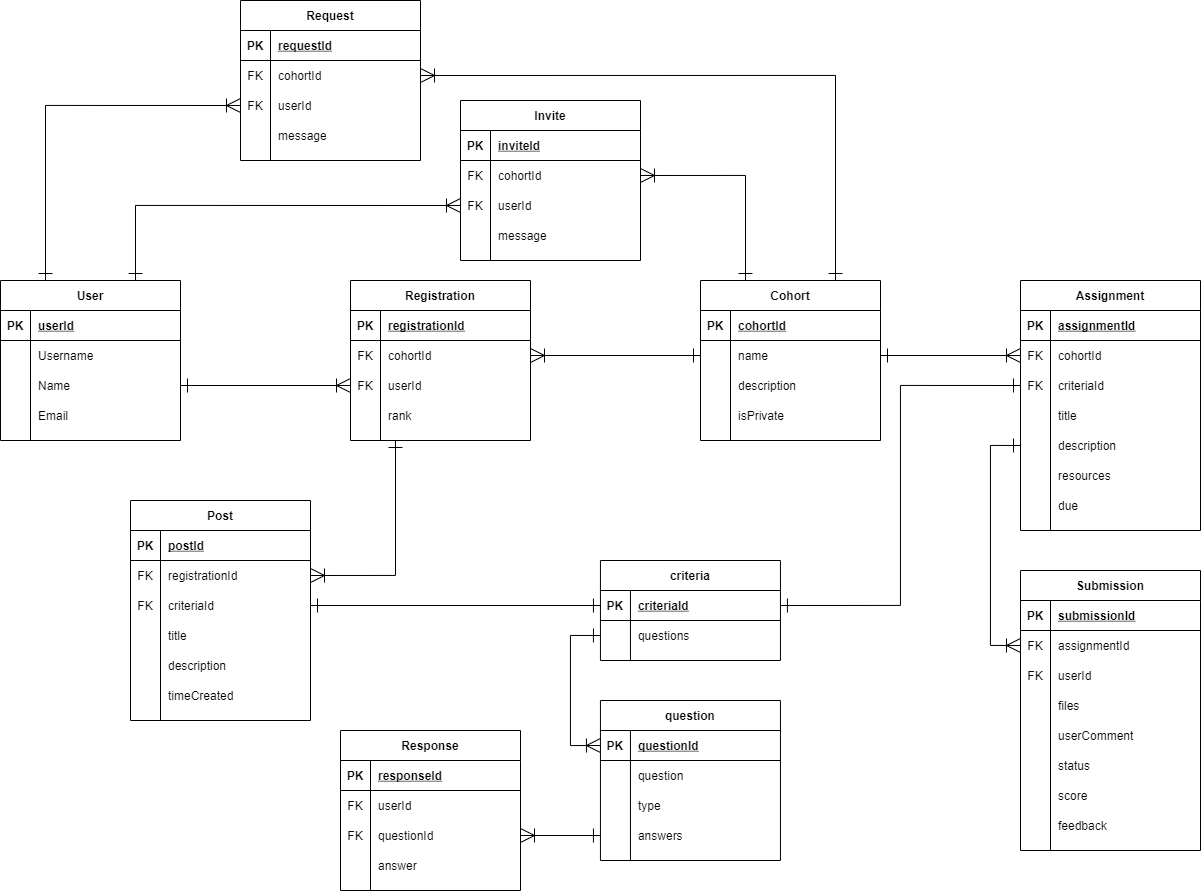
Above: docs/images/DB_v2.png in UP940148/peer-review-system (draw.io), before the change. Source tidied: cells renumbered, new cells last; positions are measured from the earlier drawing's top-left corner, leaving out a move shared by most shapes.
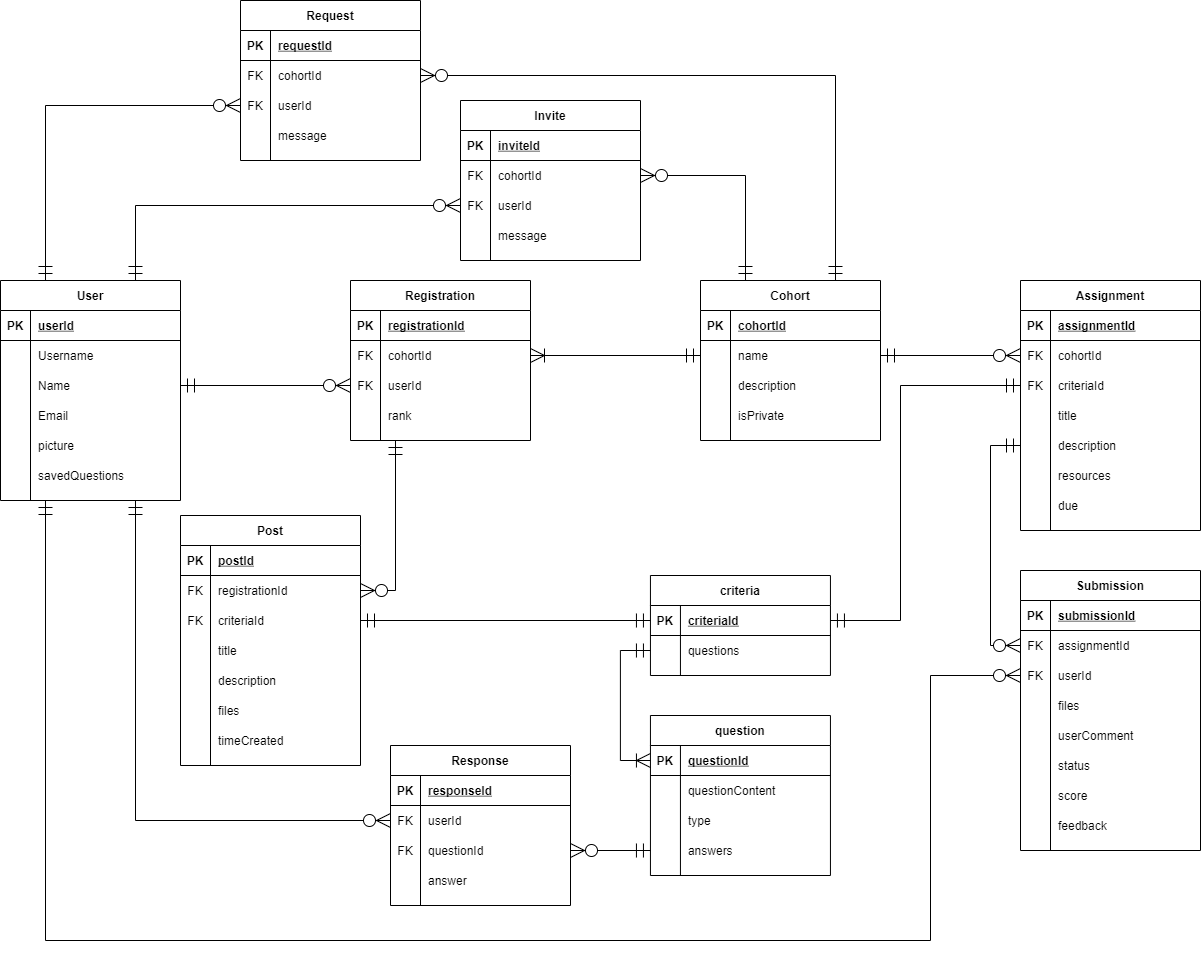
Above is the later version.

Diff of the diagram source:
```diff
@@ -3,7 +3,7 @@
     <mxCell id="0" />
     <mxCell id="1" parent="0" />
     <mxCell id="2" value="User" style="shape=table;startSize=30;rowLines=0;fontStyle=1;align=center;" parent="1" vertex="1">
-      <mxGeometry y="280" width="180" height="160" as="geometry" />
+      <mxGeometry y="280" width="180" height="220" as="geometry" />
     </mxCell>
     <mxCell id="3" style="shape=partialRectangle;fillColor=none;top=0;left=0;bottom=1;right=0;" parent="2" vertex="1">
       <mxGeometry y="30" width="180" height="30" as="geometry" />
@@ -41,6 +41,24 @@
     <mxCell id="14" value="Email" style="shape=partialRectangle;fillColor=none;top=0;left=0;bottom=0;right=0;align=left;spacingLeft=6;overflow=hidden;" parent="12" vertex="1">
       <mxGeometry x="30" width="150" height="30" as="geometry" />
     </mxCell>
+    <mxCell id="179" style="shape=partialRectangle;fillColor=none;top=0;left=0;bottom=0;right=0;" parent="2" vertex="1">
+      <mxGeometry y="150" width="180" height="30" as="geometry" />
+    </mxCell>
+    <mxCell id="180" style="shape=partialRectangle;fillColor=none;top=0;left=0;bottom=0;right=0;overflow=hidden;" parent="179" vertex="1">
+      <mxGeometry width="30" height="30" as="geometry" />
+    </mxCell>
+    <mxCell id="181" value="picture" style="shape=partialRectangle;fillColor=none;top=0;left=0;bottom=0;right=0;align=left;spacingLeft=6;overflow=hidden;" parent="179" vertex="1">
+      <mxGeometry x="30" width="150" height="30" as="geometry" />
+    </mxCell>
+    <mxCell id="182" style="shape=partialRectangle;fillColor=none;top=0;left=0;bottom=0;right=0;" parent="2" vertex="1">
+      <mxGeometry y="180" width="180" height="30" as="geometry" />
+    </mxCell>
+    <mxCell id="183" style="shape=partialRectangle;fillColor=none;top=0;left=0;bottom=0;right=0;overflow=hidden;" parent="182" vertex="1">
+      <mxGeometry width="30" height="30" as="geometry" />
+    </mxCell>
+    <mxCell id="184" value="savedQuestions" style="shape=partialRectangle;fillColor=none;top=0;left=0;bottom=0;right=0;align=left;spacingLeft=6;overflow=hidden;" parent="182" vertex="1">
+      <mxGeometry x="30" width="150" height="30" as="geometry" />
+    </mxCell>
     <mxCell id="15" value="Cohort" style="shape=table;startSize=30;rowLines=0;fontStyle=1;align=center;" parent="1" vertex="1">
       <mxGeometry x="700" y="280" width="180" height="160" as="geometry" />
     </mxCell>
@@ -81,7 +99,7 @@
       <mxGeometry x="30" width="150" height="30" as="geometry" />
     </mxCell>
     <mxCell id="28" value="Post" style="shape=table;startSize=30;rowLines=0;fontStyle=1;align=center;" parent="1" vertex="1">
-      <mxGeometry x="130" y="500" width="180" height="220" as="geometry" />
+      <mxGeometry x="180" y="515" width="180" height="250" as="geometry" />
     </mxCell>
     <mxCell id="29" style="shape=partialRectangle;fillColor=none;top=0;left=0;bottom=1;right=0;" parent="28" vertex="1">
       <mxGeometry y="30" width="180" height="30" as="geometry" />
@@ -128,8 +146,17 @@
     <mxCell id="43" value="description" style="shape=partialRectangle;fillColor=none;top=0;left=0;bottom=0;right=0;align=left;spacingLeft=6;overflow=hidden;" parent="41" vertex="1">
       <mxGeometry x="30" width="150" height="30" as="geometry" />
     </mxCell>
+    <mxCell id="185" style="shape=partialRectangle;fillColor=none;top=0;left=0;bottom=0;right=0;" parent="28" vertex="1">
+      <mxGeometry y="180" width="180" height="30" as="geometry" />
+    </mxCell>
+    <mxCell id="186" style="shape=partialRectangle;fillColor=none;top=0;left=0;bottom=0;right=0;overflow=hidden;" parent="185" vertex="1">
+      <mxGeometry width="30" height="30" as="geometry" />
+    </mxCell>
+    <mxCell id="187" value="files" style="shape=partialRectangle;fillColor=none;top=0;left=0;bottom=0;right=0;align=left;spacingLeft=6;overflow=hidden;" parent="185" vertex="1">
+      <mxGeometry x="30" width="150" height="30" as="geometry" />
+    </mxCell>
     <mxCell id="44" style="shape=partialRectangle;fillColor=none;top=0;left=0;bottom=0;right=0;" parent="28" vertex="1">
-      <mxGeometry y="180" width="180" height="30" as="geometry" />
+      <mxGeometry y="210" width="180" height="30" as="geometry" />
     </mxCell>
     <mxCell id="45" style="shape=partialRectangle;fillColor=none;top=0;left=0;bottom=0;right=0;overflow=hidden;" parent="44" vertex="1">
       <mxGeometry width="30" height="30" as="geometry" />
@@ -396,7 +423,7 @@
       <mxGeometry x="30" width="150" height="30" as="geometry" />
     </mxCell>
     <mxCell id="133" value="criteria" style="shape=table;startSize=30;rowLines=0;fontStyle=1;align=center;" parent="1" vertex="1">
-      <mxGeometry x="599.9" y="560" width="180" height="100" as="geometry" />
+      <mxGeometry x="649.9" y="575" width="180" height="100" as="geometry" />
     </mxCell>
     <mxCell id="134" style="shape=partialRectangle;fillColor=none;top=0;left=0;bottom=1;right=0;points=[[0,0.5],[1,0.5]];portConstraint=eastwest;" parent="133" vertex="1">
       <mxGeometry y="30" width="180" height="30" as="geometry" />
@@ -417,7 +444,7 @@
       <mxGeometry x="30" width="150" height="30" as="geometry" />
     </mxCell>
     <mxCell id="140" value="question" style="shape=table;startSize=30;rowLines=0;fontStyle=1;align=center;" parent="1" vertex="1">
-      <mxGeometry x="599.9" y="700" width="180" height="160" as="geometry" />
+      <mxGeometry x="649.9" y="715" width="180" height="160" as="geometry" />
     </mxCell>
     <mxCell id="141" style="shape=partialRectangle;fillColor=none;top=0;left=0;bottom=1;right=0;points=[[0,0.5],[1,0.5]];portConstraint=eastwest;" parent="140" vertex="1">
       <mxGeometry y="30" width="180" height="30" as="geometry" />
@@ -434,7 +461,7 @@
     <mxCell id="145" style="shape=partialRectangle;fillColor=none;top=0;left=0;bottom=0;right=0;overflow=hidden;" parent="144" vertex="1">
       <mxGeometry width="30" height="30" as="geometry" />
     </mxCell>
-    <mxCell id="146" value="question" style="shape=partialRectangle;fillColor=none;top=0;left=0;bottom=0;right=0;align=left;spacingLeft=6;overflow=hidden;" parent="144" vertex="1">
+    <mxCell id="146" value="questionContent" style="shape=partialRectangle;fillColor=none;top=0;left=0;bottom=0;right=0;align=left;spacingLeft=6;overflow=hidden;" parent="144" vertex="1">
       <mxGeometry x="30" width="150" height="30" as="geometry" />
     </mxCell>
     <mxCell id="147" style="shape=partialRectangle;fillColor=none;top=0;left=0;bottom=0;right=0;" parent="140" vertex="1">
@@ -456,7 +483,7 @@
       <mxGeometry x="30" width="150" height="30" as="geometry" />
     </mxCell>
     <mxCell id="153" value="Response" style="shape=table;startSize=30;rowLines=0;fontStyle=1;align=center;" parent="1" vertex="1">
-      <mxGeometry x="340" y="730" width="180" height="160" as="geometry" />
+      <mxGeometry x="390" y="745" width="180" height="160" as="geometry" />
     </mxCell>
     <mxCell id="154" style="shape=partialRectangle;fillColor=none;top=0;left=0;bottom=1;right=0;" parent="153" vertex="1">
       <mxGeometry y="30" width="180" height="30" as="geometry" />
@@ -494,49 +521,61 @@
     <mxCell id="165" value="answer" style="shape=partialRectangle;fillColor=none;top=0;left=0;bottom=0;right=0;align=left;spacingLeft=6;overflow=hidden;" parent="163" vertex="1">
       <mxGeometry x="30" width="150" height="30" as="geometry" />
     </mxCell>
-    <mxCell id="166" style="edgeStyle=orthogonalEdgeStyle;rounded=0;jettySize=auto;html=1;exitX=1;exitY=0.5;exitDx=0;exitDy=0;entryX=0;entryY=0.5;entryDx=0;entryDy=0;endArrow=ERone;endFill=0;startArrow=ERoneToMany;startFill=0;endSize=12;startSize=12;" parent="1" edge="1" source="73" target="19">
+    <mxCell id="166" style="edgeStyle=orthogonalEdgeStyle;rounded=0;jettySize=auto;html=1;exitX=1;exitY=0.5;exitDx=0;exitDy=0;entryX=0;entryY=0.5;entryDx=0;entryDy=0;endArrow=ERmandOne;endFill=0;startArrow=ERoneToMany;startFill=0;endSize=12;startSize=12;" parent="1" edge="1" source="73" target="19">
       <mxGeometry relative="1" as="geometry" />
     </mxCell>
-    <mxCell id="167" style="edgeStyle=orthogonalEdgeStyle;rounded=0;jettySize=auto;html=1;exitX=0;exitY=0.5;exitDx=0;exitDy=0;entryX=1;entryY=0.5;entryDx=0;entryDy=0;startArrow=ERoneToMany;startFill=0;endArrow=ERone;endFill=0;startSize=12;endSize=12;" parent="1" edge="1" source="76" target="9">
+    <mxCell id="167" style="edgeStyle=orthogonalEdgeStyle;rounded=0;jettySize=auto;html=1;exitX=0;exitY=0.5;exitDx=0;exitDy=0;entryX=1;entryY=0.5;entryDx=0;entryDy=0;startArrow=ERzeroToMany;startFill=1;endArrow=ERmandOne;endFill=0;startSize=12;endSize=12;" parent="1" edge="1" source="76" target="9">
       <mxGeometry relative="1" as="geometry" />
     </mxCell>
-    <mxCell id="168" style="edgeStyle=orthogonalEdgeStyle;rounded=0;jettySize=auto;html=1;exitX=0;exitY=0.5;exitDx=0;exitDy=0;entryX=1;entryY=0.5;entryDx=0;entryDy=0;startArrow=ERoneToMany;startFill=0;endArrow=ERone;endFill=0;startSize=12;endSize=12;" parent="1" edge="1" source="51" target="19">
+    <mxCell id="168" style="edgeStyle=orthogonalEdgeStyle;rounded=0;jettySize=auto;html=1;exitX=0;exitY=0.5;exitDx=0;exitDy=0;entryX=1;entryY=0.5;entryDx=0;entryDy=0;startArrow=ERzeroToMany;startFill=1;endArrow=ERmandOne;endFill=0;startSize=12;endSize=12;" parent="1" edge="1" source="51" target="19">
       <mxGeometry relative="1" as="geometry" />
     </mxCell>
-    <mxCell id="169" style="edgeStyle=orthogonalEdgeStyle;rounded=0;jettySize=auto;html=1;exitX=1;exitY=0.5;exitDx=0;exitDy=0;entryX=0.25;entryY=1;entryDx=0;entryDy=0;startArrow=ERoneToMany;startFill=0;endArrow=ERone;endFill=0;startSize=12;endSize=12;" parent="1" edge="1" source="32" target="69">
+    <mxCell id="169" style="edgeStyle=orthogonalEdgeStyle;rounded=0;jettySize=auto;html=1;exitX=1;exitY=0.5;exitDx=0;exitDy=0;entryX=0.25;entryY=1;entryDx=0;entryDy=0;startArrow=ERzeroToMany;startFill=1;endArrow=ERmandOne;endFill=0;startSize=12;endSize=12;" parent="1" edge="1" source="32" target="69">
       <mxGeometry relative="1" as="geometry" />
     </mxCell>
-    <mxCell id="170" style="edgeStyle=orthogonalEdgeStyle;rounded=0;jettySize=auto;html=1;exitX=0;exitY=0.5;exitDx=0;exitDy=0;entryX=0;entryY=0.5;entryDx=0;entryDy=0;startArrow=ERoneToMany;startFill=0;endArrow=ERone;endFill=0;startSize=12;endSize=12;" parent="1" edge="1" source="112" target="60">
+    <mxCell id="170" style="edgeStyle=orthogonalEdgeStyle;rounded=0;jettySize=auto;html=1;exitX=0;exitY=0.5;exitDx=0;exitDy=0;entryX=0;entryY=0.5;entryDx=0;entryDy=0;startArrow=ERzeroToMany;startFill=1;endArrow=ERmandOne;endFill=0;startSize=12;endSize=12;" parent="1" edge="1" source="112" target="60">
       <mxGeometry relative="1" as="geometry" />
     </mxCell>
-    <mxCell id="171" style="edgeStyle=orthogonalEdgeStyle;rounded=0;jettySize=auto;html=1;exitX=1;exitY=0.5;exitDx=0;exitDy=0;entryX=0.25;entryY=0;entryDx=0;entryDy=0;startArrow=ERoneToMany;startFill=0;endArrow=ERone;endFill=0;startSize=12;endSize=12;" parent="1" edge="1" source="99" target="15">
+    <mxCell id="171" style="edgeStyle=orthogonalEdgeStyle;rounded=0;jettySize=auto;html=1;exitX=1;exitY=0.5;exitDx=0;exitDy=0;entryX=0.25;entryY=0;entryDx=0;entryDy=0;startArrow=ERzeroToMany;startFill=1;endArrow=ERmandOne;endFill=0;startSize=12;endSize=12;" parent="1" edge="1" source="99" target="15">
       <mxGeometry relative="1" as="geometry" />
     </mxCell>
-    <mxCell id="172" style="edgeStyle=orthogonalEdgeStyle;rounded=0;jettySize=auto;html=1;exitX=0;exitY=0.5;exitDx=0;exitDy=0;entryX=0.75;entryY=0;entryDx=0;entryDy=0;startArrow=ERoneToMany;startFill=0;endArrow=ERone;endFill=0;startSize=12;endSize=12;" parent="1" edge="1" source="102" target="2">
+    <mxCell id="172" style="edgeStyle=orthogonalEdgeStyle;rounded=0;jettySize=auto;html=1;exitX=0;exitY=0.5;exitDx=0;exitDy=0;entryX=0.75;entryY=0;entryDx=0;entryDy=0;startArrow=ERzeroToMany;startFill=1;endArrow=ERmandOne;endFill=0;startSize=12;endSize=12;" parent="1" edge="1" source="102" target="2">
       <mxGeometry relative="1" as="geometry" />
     </mxCell>
-    <mxCell id="173" style="edgeStyle=orthogonalEdgeStyle;rounded=0;jettySize=auto;html=1;exitX=0;exitY=0.5;exitDx=0;exitDy=0;entryX=0.25;entryY=0;entryDx=0;entryDy=0;startArrow=ERoneToMany;startFill=0;endArrow=ERone;endFill=0;startSize=12;endSize=12;" parent="1" edge="1" source="89" target="2">
+    <mxCell id="173" style="edgeStyle=orthogonalEdgeStyle;rounded=0;jettySize=auto;html=1;exitX=0;exitY=0.5;exitDx=0;exitDy=0;entryX=0.25;entryY=0;entryDx=0;entryDy=0;startArrow=ERzeroToMany;startFill=1;endArrow=ERmandOne;endFill=0;startSize=12;endSize=12;" parent="1" edge="1" source="89" target="2">
       <mxGeometry relative="1" as="geometry" />
     </mxCell>
-    <mxCell id="174" style="edgeStyle=orthogonalEdgeStyle;rounded=0;jettySize=auto;html=1;exitX=1;exitY=0.5;exitDx=0;exitDy=0;entryX=0.75;entryY=0;entryDx=0;entryDy=0;startArrow=ERoneToMany;startFill=0;endArrow=ERone;endFill=0;startSize=12;endSize=12;" parent="1" edge="1" source="86" target="15">
+    <mxCell id="174" style="edgeStyle=orthogonalEdgeStyle;rounded=0;jettySize=auto;html=1;exitX=1;exitY=0.5;exitDx=0;exitDy=0;entryX=0.75;entryY=0;entryDx=0;entryDy=0;startArrow=ERzeroToMany;startFill=1;endArrow=ERmandOne;endFill=0;startSize=12;endSize=12;" parent="1" edge="1" source="86" target="15">
       <mxGeometry relative="1" as="geometry" />
     </mxCell>
-    <mxCell id="175" style="edgeStyle=orthogonalEdgeStyle;rounded=0;jettySize=auto;html=1;exitX=1;exitY=0.5;exitDx=0;exitDy=0;entryX=0;entryY=0.5;entryDx=0;entryDy=0;startArrow=ERoneToMany;startFill=0;endArrow=ERone;endFill=0;startSize=12;endSize=12;" parent="1" edge="1" source="160" target="150">
+    <mxCell id="175" style="edgeStyle=orthogonalEdgeStyle;rounded=0;jettySize=auto;html=1;exitX=1;exitY=0.5;exitDx=0;exitDy=0;entryX=0;entryY=0.5;entryDx=0;entryDy=0;startArrow=ERzeroToMany;startFill=1;endArrow=ERmandOne;endFill=0;startSize=12;endSize=12;" parent="1" edge="1" source="160" target="150">
       <mxGeometry relative="1" as="geometry" />
     </mxCell>
-    <mxCell id="176" style="edgeStyle=orthogonalEdgeStyle;rounded=0;jettySize=auto;html=1;exitX=0;exitY=0.5;exitDx=0;exitDy=0;entryX=0;entryY=0.5;entryDx=0;entryDy=0;startArrow=ERoneToMany;startFill=0;endArrow=ERone;endFill=0;startSize=12;endSize=12;" parent="1" edge="1" source="141" target="137">
+    <mxCell id="176" style="edgeStyle=orthogonalEdgeStyle;rounded=0;jettySize=auto;html=1;exitX=0;exitY=0.5;exitDx=0;exitDy=0;entryX=0;entryY=0.5;entryDx=0;entryDy=0;startArrow=ERoneToMany;startFill=0;endArrow=ERmandOne;endFill=0;startSize=12;endSize=12;" parent="1" edge="1" source="141" target="137">
       <mxGeometry relative="1" as="geometry" />
     </mxCell>
-    <mxCell id="177" style="edgeStyle=orthogonalEdgeStyle;rounded=0;jettySize=auto;html=1;exitX=1;exitY=0.5;exitDx=0;exitDy=0;entryX=0;entryY=0.5;entryDx=0;entryDy=0;startArrow=ERone;startFill=0;endArrow=ERone;endFill=0;startSize=12;endSize=12;" parent="1" edge="1" source="35" target="134">
+    <mxCell id="177" style="edgeStyle=orthogonalEdgeStyle;rounded=0;jettySize=auto;html=1;exitX=1;exitY=0.5;exitDx=0;exitDy=0;entryX=0;entryY=0.5;entryDx=0;entryDy=0;startArrow=ERmandOne;startFill=0;endArrow=ERmandOne;endFill=0;startSize=12;endSize=12;" parent="1" edge="1" source="35" target="134">
       <mxGeometry relative="1" as="geometry" />
     </mxCell>
-    <mxCell id="178" style="edgeStyle=orthogonalEdgeStyle;rounded=0;jettySize=auto;html=1;exitX=0;exitY=0.5;exitDx=0;exitDy=0;entryX=1;entryY=0.5;entryDx=0;entryDy=0;startArrow=ERone;startFill=0;endArrow=ERone;endFill=0;startSize=12;endSize=12;" parent="1" edge="1" source="54" target="134">
+    <mxCell id="178" style="edgeStyle=orthogonalEdgeStyle;rounded=0;jettySize=auto;html=1;exitX=0;exitY=0.5;exitDx=0;exitDy=0;startArrow=ERmandOne;startFill=0;endArrow=ERmandOne;endFill=0;startSize=12;endSize=12;entryX=1;entryY=0.5;entryDx=0;entryDy=0;" parent="1" edge="1" source="54" target="134">
       <mxGeometry relative="1" as="geometry">
         <Array as="points">
           <mxPoint x="900" y="385" />
-          <mxPoint x="900" y="605" />
+          <mxPoint x="900" y="620" />
         </Array>
       </mxGeometry>
     </mxCell>
+    <mxCell id="188" style="edgeStyle=orthogonalEdgeStyle;rounded=0;jettySize=auto;html=1;exitX=0;exitY=0.5;exitDx=0;exitDy=0;entryX=0.75;entryY=1;entryDx=0;entryDy=0;startArrow=ERzeroToMany;startFill=1;endArrow=ERmandOne;endFill=0;endSize=12;startSize=12;" parent="1" edge="1" source="157" target="2">
+      <mxGeometry relative="1" as="geometry" />
+    </mxCell>
+    <mxCell id="189" style="edgeStyle=orthogonalEdgeStyle;rounded=0;jettySize=auto;html=1;exitX=0;exitY=0.5;exitDx=0;exitDy=0;entryX=0.25;entryY=1;entryDx=0;entryDy=0;startArrow=ERzeroToMany;startFill=1;endArrow=ERmandOne;endFill=0;startSize=12;endSize=12;" parent="1" edge="1" source="115" target="2">
+      <mxGeometry relative="1" as="geometry">
+        <Array as="points">
+          <mxPoint x="930" y="675" />
+          <mxPoint x="930" y="940" />
+          <mxPoint x="45" y="940" />
+        </Array>
+      </mxGeometry>
+    </mxCell>
   </root>
 </mxGraphModel>
```
